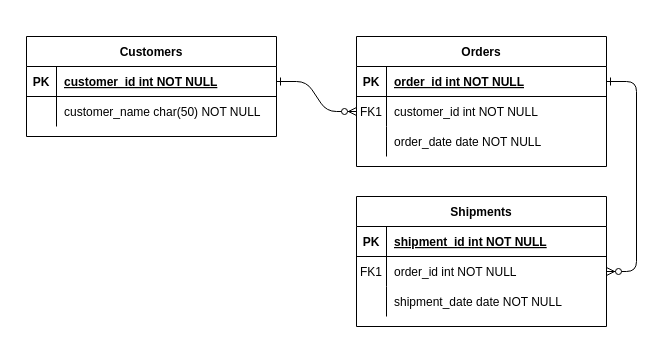
tqurrahman09/mandiri keeps this draw.io diagram as Untitled Diagram.drawio. Above is the earlier version. Source tidied: cells renumbered, new cells numbered last; positions are measured from the earlier drawing's top-left corner, leaving out a move shared by most shapes. Both pictures are drawn from the tidied source at 100%, with x=0, y=0 at pixel (26, 36).
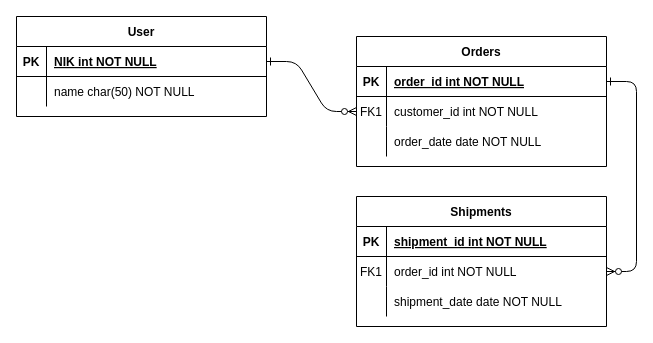
Above is the later version.

Unchanged cells that the change refers to:
```xml
<mxCell id="25" style="shape=partialRectangle;fillColor=none;points=[[0,0.5],[1,0.5]];portConstraint=eastwest;top=0;left=0;right=0;bottom=1;" parent="24" vertex="1">
  <mxGeometry y="30" width="250" height="30" as="geometry" />
</mxCell>
<mxCell id="28" style="shape=partialRectangle;fillColor=none;top=0;left=0;right=0;bottom=0;" parent="24" vertex="1">
  <mxGeometry y="60" width="250" height="30" as="geometry" />
</mxCell>
```

What changed in the source:
```diff
@@
-    <mxCell id="24" value="Customers" style="shape=table;startSize=30;childLayout=tableLayout;rowLines=0;fontStyle=1;align=center;" parent="1" vertex="1">
-      <mxGeometry width="250" height="100" as="geometry" />
+    <mxCell id="24" value="User" style="shape=table;startSize=30;childLayout=tableLayout;rowLines=0;fontStyle=1;align=center;" parent="1" vertex="1">
+      <mxGeometry x="-10" y="-20" width="250" height="100" as="geometry" />
     </mxCell>
@@
-    <mxCell id="27" value="customer_id int NOT NULL " style="shape=partialRectangle;overflow=hidden;fillColor=none;top=0;left=0;bottom=0;right=0;align=left;spacingLeft=6;fontStyle=5;" parent="25" vertex="1">
+    <mxCell id="27" value="NIK int NOT NULL " style="shape=partialRectangle;overflow=hidden;fillColor=none;top=0;left=0;bottom=0;right=0;align=left;spacingLeft=6;fontStyle=5;" parent="25" vertex="1">
       <mxGeometry x="30" width="220" height="30" as="geometry" />
     </mxCell>
@@
-    <mxCell id="30" value="customer_name char(50) NOT NULL" style="shape=partialRectangle;overflow=hidden;fillColor=none;top=0;left=0;bottom=0;right=0;align=left;spacingLeft=6;" parent="28" vertex="1">
+    <mxCell id="30" value="name char(50) NOT NULL" style="shape=partialRectangle;overflow=hidden;fillColor=none;top=0;left=0;bottom=0;right=0;align=left;spacingLeft=6;" parent="28" vertex="1">
       <mxGeometry x="30" width="220" height="30" as="geometry" />
     </mxCell>
```
